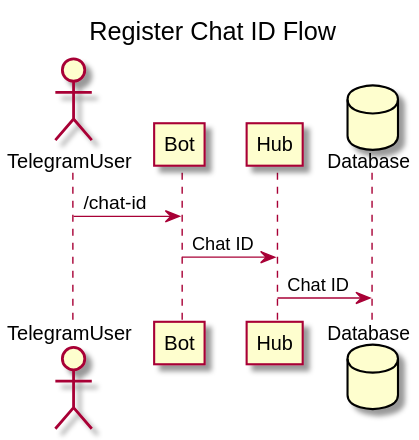
The PlantUML diagram diagrams/register-chat.svg in Blamer-io/docs, before a commit. The source it was exported from:
```plantuml
@startuml
title Register Chat ID Flow
actor       TelegramUser as user
participant Bot as bot
participant Hub as hub
database    Database    as db

user -> bot: /chat-id
bot -> hub: Chat ID
hub -> db: Chat ID
@enduml
```
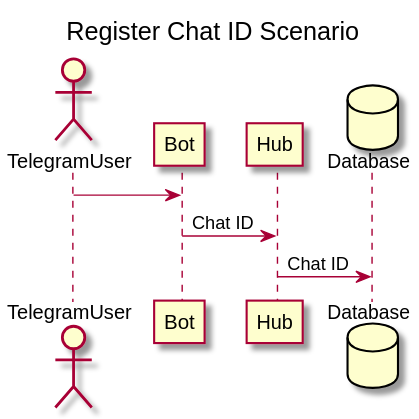
The same diagram one commit later.

Diff of the diagram source:
```diff
@@ -1,11 +1,11 @@
 @startuml
-title Register Chat ID Flow
+title Register Chat ID Scenario
 actor       TelegramUser as user
 participant Bot as bot
 participant Hub as hub
 database    Database    as db
 
-user -> bot: /chat-id
+user -> bot
 bot -> hub: Chat ID
 hub -> db: Chat ID
 @enduml
```
